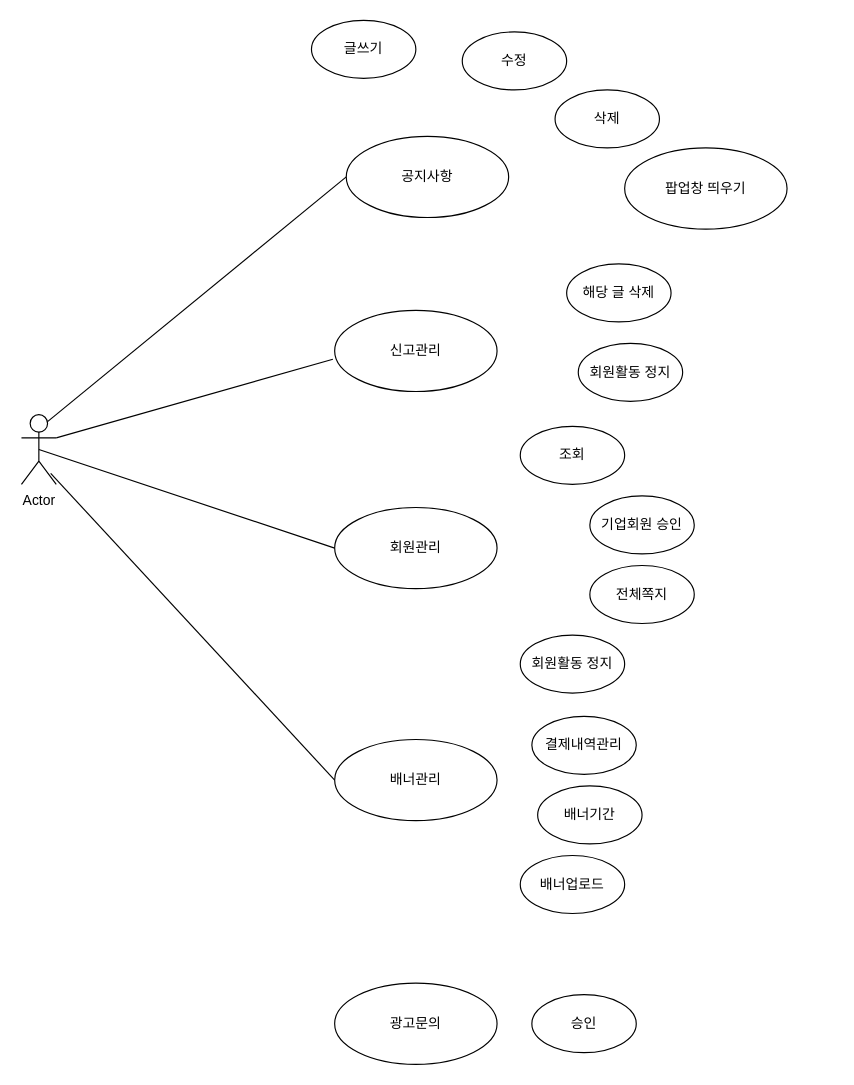
Earlier version of the draw.io diagram Untitled Diagram.drawio (hyojun9292/KH_TEST). Source tidied: cells renumbered, new cells numbered last; positions are measured from the earlier drawing's top-left corner, leaving out a move shared by most shapes. Both pictures are drawn from the tidied source at 116%, with x=0, y=0 at pixel (21, 20).
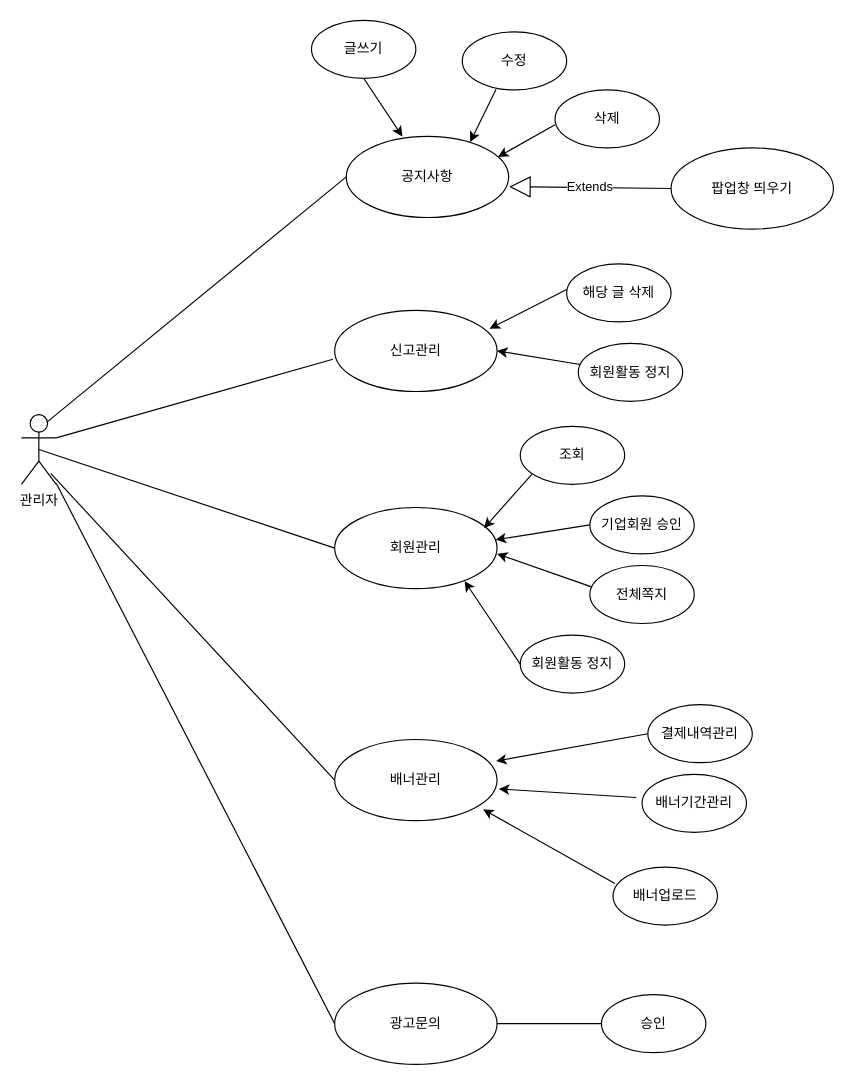
The same diagram, later.

The change refers to these unchanged cells:
```xml
<mxCell id="7" value="공지사항" style="ellipse;whiteSpace=wrap;html=1;" parent="1" vertex="1">
  <mxGeometry x="280" y="100" width="140" height="70" as="geometry" />
</mxCell>
<mxCell id="8" value="광고문의" style="ellipse;whiteSpace=wrap;html=1;" parent="1" vertex="1">
  <mxGeometry x="270" y="830" width="140" height="70" as="geometry" />
</mxCell>
<mxCell id="9" value="신고관리" style="ellipse;whiteSpace=wrap;html=1;" parent="1" vertex="1">
  <mxGeometry x="270" y="250" width="140" height="70" as="geometry" />
</mxCell>
<mxCell id="10" value="회원관리" style="ellipse;whiteSpace=wrap;html=1;" parent="1" vertex="1">
  <mxGeometry x="270" y="420" width="140" height="70" as="geometry" />
</mxCell>
<mxCell id="11" value="배너관리" style="ellipse;whiteSpace=wrap;html=1;" parent="1" vertex="1">
  <mxGeometry x="270" y="620" width="140" height="70" as="geometry" />
</mxCell>
<mxCell id="12" value="글쓰기" style="ellipse;whiteSpace=wrap;html=1;" parent="1" vertex="1">
  <mxGeometry x="250" width="90" height="50" as="geometry" />
</mxCell>
<mxCell id="13" value="수정" style="ellipse;whiteSpace=wrap;html=1;" parent="1" vertex="1">
  <mxGeometry x="380" y="10" width="90" height="50" as="geometry" />
</mxCell>
<mxCell id="17" value="회원활동 정지" style="ellipse;whiteSpace=wrap;html=1;" parent="1" vertex="1">
  <mxGeometry x="480" y="278.5" width="90" height="50" as="geometry" />
</mxCell>
<mxCell id="18" value="조회" style="ellipse;whiteSpace=wrap;html=1;" parent="1" vertex="1">
  <mxGeometry x="430" y="350" width="90" height="50" as="geometry" />
</mxCell>
<mxCell id="19" value="전체쪽지" style="ellipse;whiteSpace=wrap;html=1;" parent="1" vertex="1">
  <mxGeometry x="490" y="470" width="90" height="50" as="geometry" />
</mxCell>
<mxCell id="20" value="회원활동 정지" style="ellipse;whiteSpace=wrap;html=1;" parent="1" vertex="1">
  <mxGeometry x="430" y="530" width="90" height="50" as="geometry" />
</mxCell>
<mxCell id="21" value="기업회원 승인" style="ellipse;whiteSpace=wrap;html=1;" parent="1" vertex="1">
  <mxGeometry x="490" y="410" width="90" height="50" as="geometry" />
</mxCell>
```

The edit, as a diff of the source:
```diff
@@
+    <mxCell id="26" style="edgeStyle=none;rounded=0;jettySize=auto;html=1;entryX=0;entryY=0.5;entryDx=0;entryDy=0;endArrow=none;endFill=0;" parent="1" edge="1" source="6" target="8">
+      <mxGeometry relative="1" as="geometry" />
+    </mxCell>
-    <mxCell id="6" value="Actor" style="shape=umlActor;verticalLabelPosition=bottom;verticalAlign=top;html=1;" parent="1" vertex="1">
+    <mxCell id="6" value="관리자" style="shape=umlActor;verticalLabelPosition=bottom;verticalAlign=top;html=1;" parent="1" vertex="1">
       <mxGeometry y="340" width="30" height="60" as="geometry" />
     </mxCell>
@@
     <mxCell id="15" value="팝업창 띄우기" style="ellipse;whiteSpace=wrap;html=1;" parent="1" vertex="1">
-      <mxGeometry x="520" y="110" width="140" height="70" as="geometry" />
+      <mxGeometry x="560" y="110" width="140" height="70" as="geometry" />
     </mxCell>
@@
     <mxCell id="22" value="결제내역관리" style="ellipse;whiteSpace=wrap;html=1;" parent="1" vertex="1">
-      <mxGeometry x="440" y="600" width="90" height="50" as="geometry" />
+      <mxGeometry x="540" y="590" width="90" height="50" as="geometry" />
     </mxCell>
-    <mxCell id="23" value="배너기간" style="ellipse;whiteSpace=wrap;html=1;" parent="1" vertex="1">
-      <mxGeometry x="445" y="660" width="90" height="50" as="geometry" />
+    <mxCell id="23" value="배너기간관리" style="ellipse;whiteSpace=wrap;html=1;" parent="1" vertex="1">
+      <mxGeometry x="535" y="650" width="90" height="50" as="geometry" />
     </mxCell>
     <mxCell id="24" value="배너업로드" style="ellipse;whiteSpace=wrap;html=1;" parent="1" vertex="1">
-      <mxGeometry x="430" y="720" width="90" height="50" as="geometry" />
+      <mxGeometry x="510" y="730" width="90" height="50" as="geometry" />
     </mxCell>
     <mxCell id="25" value="승인" style="ellipse;whiteSpace=wrap;html=1;" parent="1" vertex="1">
-      <mxGeometry x="440" y="840" width="90" height="50" as="geometry" />
+      <mxGeometry x="500" y="840" width="90" height="50" as="geometry" />
     </mxCell>
+    <mxCell id="27" style="edgeStyle=none;rounded=0;jettySize=auto;html=1;entryX=0;entryY=0.5;entryDx=0;entryDy=0;endArrow=none;endFill=0;exitX=1;exitY=0.5;exitDx=0;exitDy=0;" parent="1" edge="1" source="8" target="25">
+      <mxGeometry relative="1" as="geometry" />
+    </mxCell>
+    <mxCell id="28" style="endArrow=classic;html=1;exitX=0.018;exitY=0.284;exitDx=0;exitDy=0;exitPerimeter=0;entryX=0.914;entryY=0.86;entryDx=0;entryDy=0;entryPerimeter=0;" parent="1" edge="1" source="24" target="11">
+      <mxGeometry relative="1" as="geometry" />
+    </mxCell>
+    <mxCell id="29" style="endArrow=classic;html=1;entryX=1.011;entryY=0.609;entryDx=0;entryDy=0;entryPerimeter=0;" parent="1" edge="1" target="11">
+      <mxGeometry relative="1" as="geometry">
+        <mxPoint x="530" y="670" as="sourcePoint" />
+      </mxGeometry>
+    </mxCell>
+    <mxCell id="30" style="endArrow=classic;html=1;entryX=0.994;entryY=0.266;entryDx=0;entryDy=0;entryPerimeter=0;exitX=0;exitY=0.5;exitDx=0;exitDy=0;" parent="1" edge="1" source="22" target="11">
+      <mxGeometry relative="1" as="geometry" />
+    </mxCell>
+    <mxCell id="31" style="endArrow=classic;html=1;entryX=0.8;entryY=0.906;entryDx=0;entryDy=0;entryPerimeter=0;exitX=0;exitY=0.5;exitDx=0;exitDy=0;" parent="1" edge="1" source="20" target="10">
+      <mxGeometry relative="1" as="geometry" />
+    </mxCell>
+    <mxCell id="32" style="endArrow=classic;html=1;entryX=0.92;entryY=0.254;entryDx=0;entryDy=0;entryPerimeter=0;exitX=0.111;exitY=0.828;exitDx=0;exitDy=0;exitPerimeter=0;" parent="1" edge="1" source="18" target="10">
+      <mxGeometry relative="1" as="geometry" />
+    </mxCell>
+    <mxCell id="33" style="endArrow=classic;html=1;entryX=0.92;entryY=0.254;entryDx=0;entryDy=0;entryPerimeter=0;exitX=0;exitY=0.5;exitDx=0;exitDy=0;" parent="1" edge="1" source="21">
+      <mxGeometry relative="1" as="geometry">
+        <mxPoint x="408.8" y="447.8" as="targetPoint" />
+      </mxGeometry>
+    </mxCell>
+    <mxCell id="34" style="endArrow=classic;html=1;entryX=1;entryY=0.571;entryDx=0;entryDy=0;entryPerimeter=0;exitX=0.009;exitY=0.364;exitDx=0;exitDy=0;exitPerimeter=0;" parent="1" edge="1" source="19" target="10">
+      <mxGeometry relative="1" as="geometry" />
+    </mxCell>
+    <mxCell id="35" style="endArrow=classic;html=1;entryX=0.954;entryY=0.226;entryDx=0;entryDy=0;entryPerimeter=0;exitX=0.111;exitY=0.828;exitDx=0;exitDy=0;exitPerimeter=0;" parent="1" edge="1" target="9">
+      <mxGeometry relative="1" as="geometry">
+        <mxPoint x="470" y="232.1" as="sourcePoint" />
+      </mxGeometry>
+    </mxCell>
+    <mxCell id="36" style="endArrow=classic;html=1;entryX=1;entryY=0.5;entryDx=0;entryDy=0;" parent="1" edge="1" source="17" target="9">
+      <mxGeometry relative="1" as="geometry" />
+    </mxCell>
+    <mxCell id="37" style="endArrow=classic;html=1;entryX=0.934;entryY=0.254;entryDx=0;entryDy=0;entryPerimeter=0;exitX=0.111;exitY=0.828;exitDx=0;exitDy=0;exitPerimeter=0;" parent="1" edge="1" target="7">
+      <mxGeometry relative="1" as="geometry">
+        <mxPoint x="460" y="90" as="sourcePoint" />
+      </mxGeometry>
+    </mxCell>
+    <mxCell id="38" style="endArrow=classic;html=1;entryX=0.763;entryY=0.071;entryDx=0;entryDy=0;entryPerimeter=0;exitX=0.324;exitY=0.988;exitDx=0;exitDy=0;exitPerimeter=0;" parent="1" edge="1" source="13" target="7">
+      <mxGeometry relative="1" as="geometry" />
+    </mxCell>
+    <mxCell id="39" style="endArrow=classic;html=1;entryX=0.346;entryY=0.003;entryDx=0;entryDy=0;entryPerimeter=0;exitX=0.5;exitY=1;exitDx=0;exitDy=0;" parent="1" edge="1" source="12" target="7">
+      <mxGeometry relative="1" as="geometry" />
+    </mxCell>
+    <mxCell id="40" value="Extends" style="endArrow=block;endSize=16;endFill=0;html=1;exitX=0;exitY=0.5;exitDx=0;exitDy=0;entryX=1.003;entryY=0.62;entryDx=0;entryDy=0;entryPerimeter=0;" parent="1" edge="1" source="15" target="7">
+      <mxGeometry relative="1" as="geometry" />
+    </mxCell>
```
